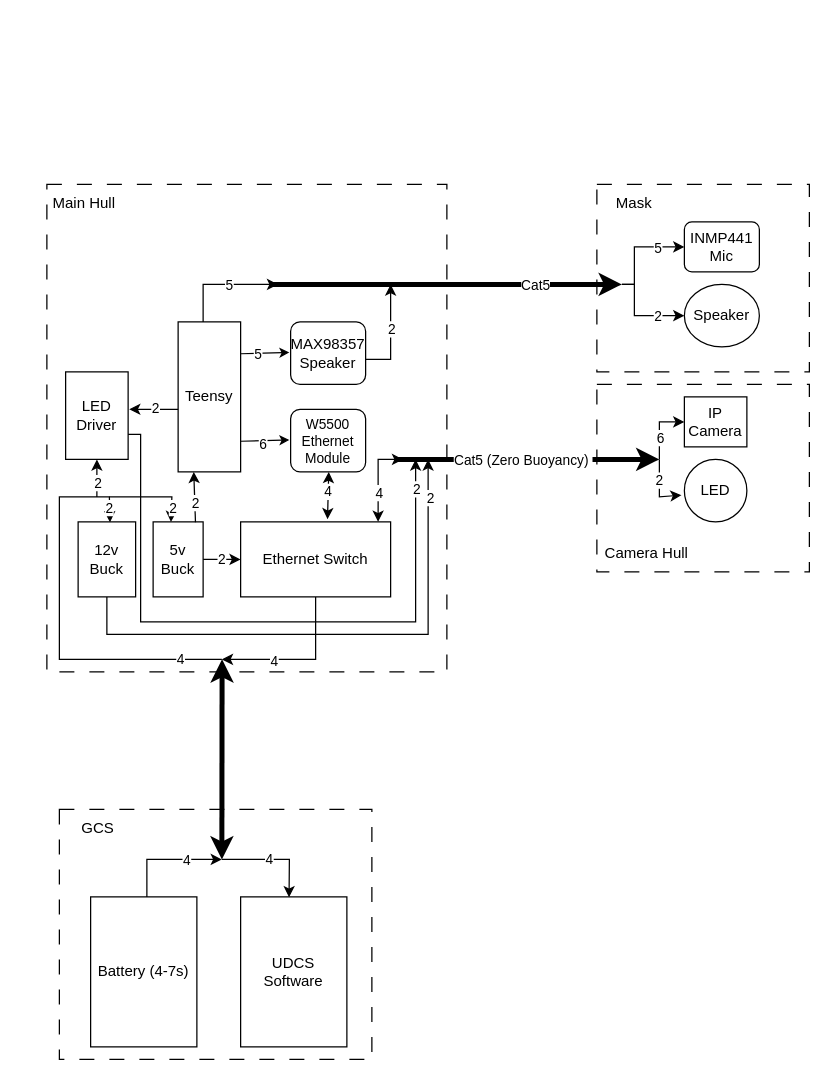
Above: Untitled Diagram.drawio in Vikra-OceanTech/Block-Diagrams (draw.io), before the change. Source tidied: cells renumbered, new cells numbered last; positions are measured from the earlier drawing's top-left corner, leaving out a move shared by most shapes. Both pictures are drawn from the tidied source at 125%, with x=0, y=0 at pixel (46, 184).
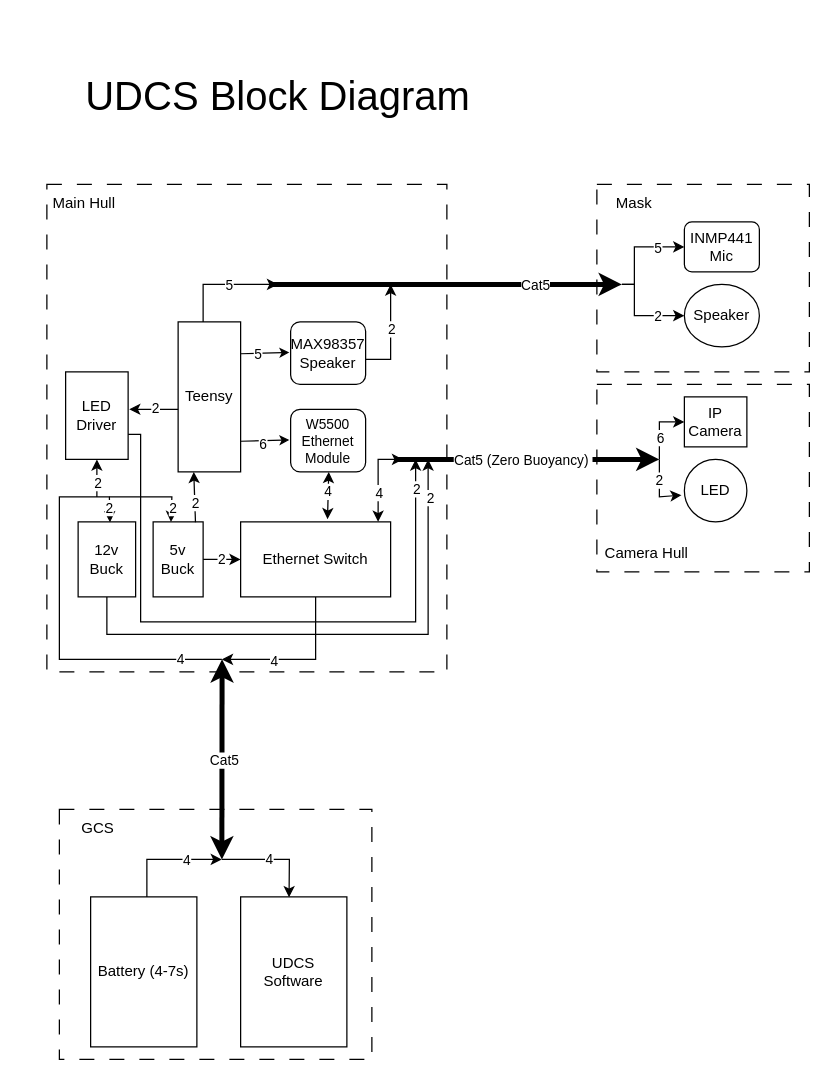
After the change.

The change refers to these unchanged cells:
```xml
<mxCell id="55" style="endArrow=classic;html=1;rounded=0;strokeWidth=4;exitX=0.438;exitY=0.974;exitDx=0;exitDy=0;exitPerimeter=0;startArrow=classic;startFill=1;" parent="1" edge="1" source="2">
  <mxGeometry relative="1" as="geometry">
    <mxPoint x="140" y="540" as="targetPoint" />
  </mxGeometry>
</mxCell>
```

Diff of the diagram source:
```diff
@@
+    <mxCell id="71" value="Cat5" style="edgeLabel;html=1;align=center;verticalAlign=middle;" parent="55" vertex="1">
+      <mxGeometry x="0.01" y="1" relative="1" as="geometry" />
+    </mxCell>
@@
+    <mxCell id="72" value="&lt;font style=&quot;font-size: 32px;&quot;&gt;UDCS Block Diagram&lt;/font&gt;" style="text;strokeColor=none;align=center;fillColor=none;html=1;verticalAlign=middle;whiteSpace=wrap;rounded=0;" parent="1" vertex="1">
+      <mxGeometry x="-20" y="-130" width="410" height="120" as="geometry" />
+    </mxCell>
```
